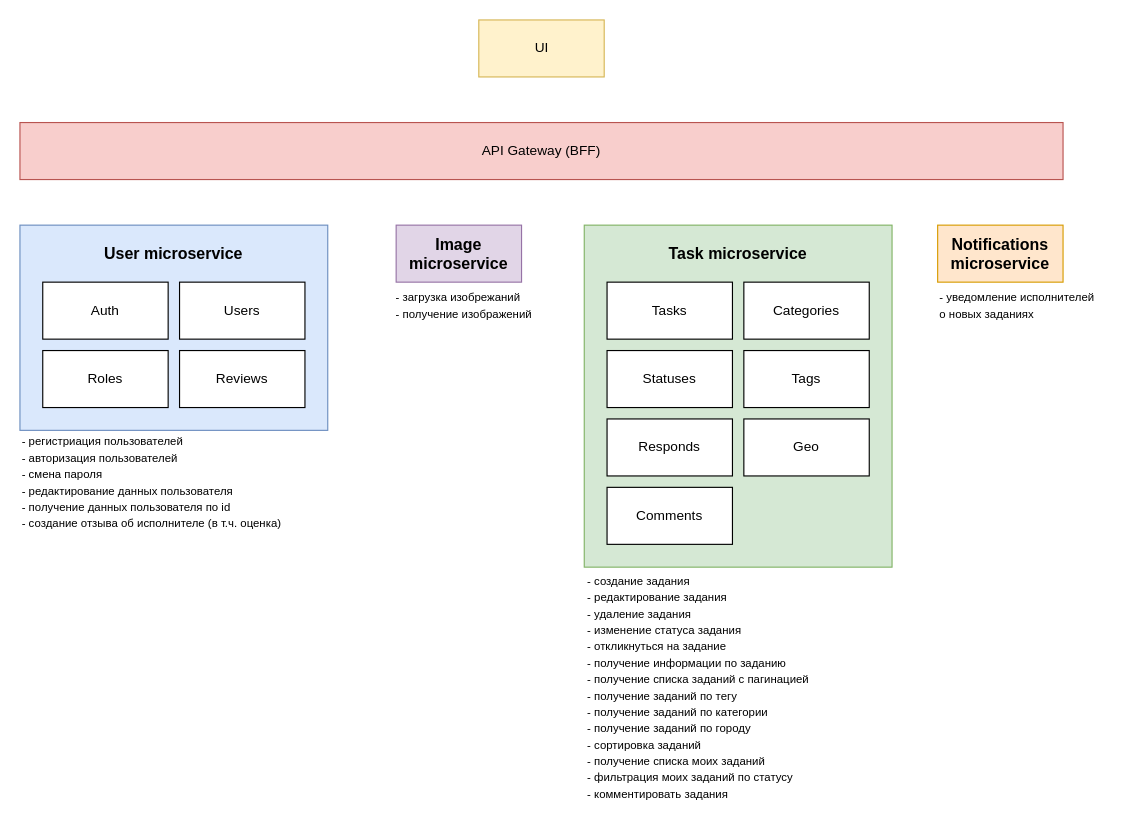
Above: specification.drawio in maximryabov22011988/372619-taskforce-1 (draw.io), before the change. Source tidied: cells renumbered, new cells numbered last; positions are measured from the earlier drawing's top-left corner, leaving out a move shared by most shapes. Both pictures are drawn from the tidied source at 114%, with x=0, y=0 at pixel (19, 19).
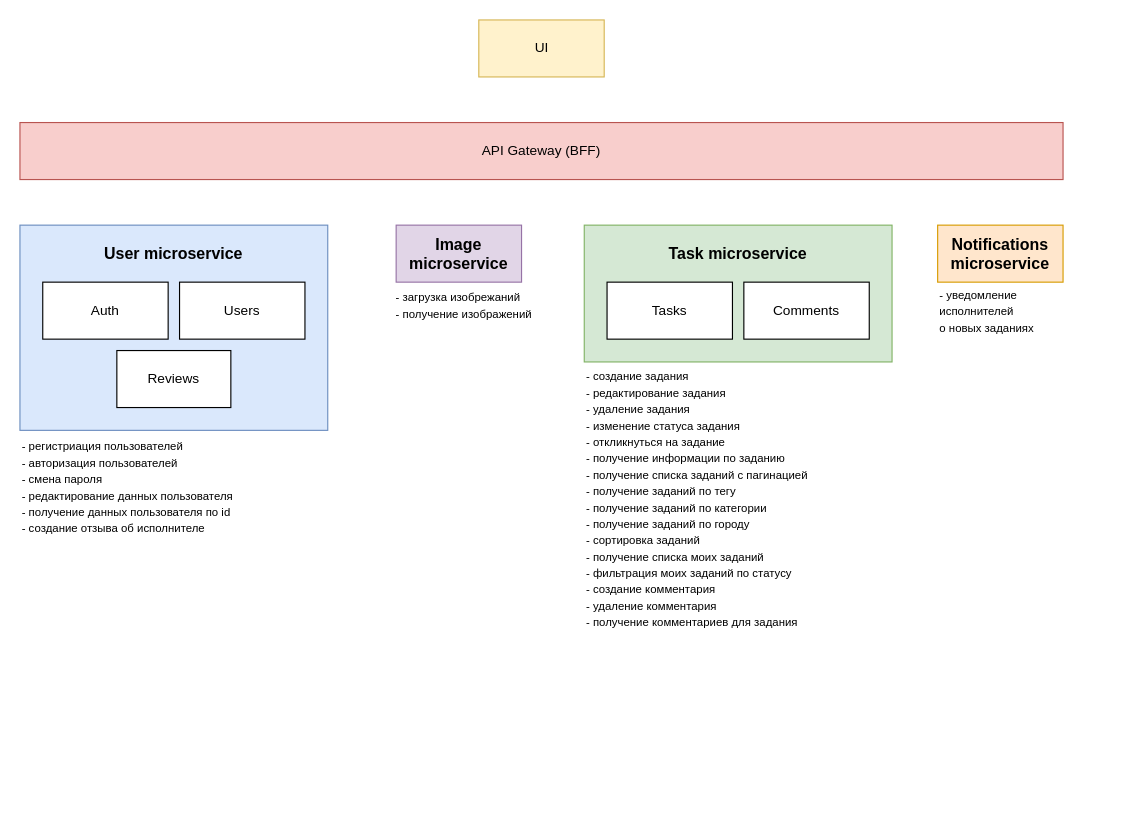
After the change.

Change to the diagram source:
```diff
@@
     <mxCell id="2" style="rounded=0;whiteSpace=wrap;html=1;fillColor=#d5e8d4;strokeColor=#82b366;" parent="1" vertex="1">
-      <mxGeometry x="495" y="180" width="270" height="300" as="geometry" />
+      <mxGeometry x="495" y="180" width="270" height="120" as="geometry" />
     </mxCell>
@@
-    <mxCell id="9" value="Roles" style="html=1;whiteSpace=wrap;" parent="1" vertex="1">
-      <mxGeometry x="20" y="290" width="110" height="50" as="geometry" />
-    </mxCell>
@@
-    <mxCell id="11" value="Responds" style="html=1;whiteSpace=wrap;" parent="1" vertex="1">
-      <mxGeometry x="515" y="350" width="110" height="50" as="geometry" />
-    </mxCell>
     <mxCell id="12" value="Reviews" style="html=1;whiteSpace=wrap;" parent="1" vertex="1">
-      <mxGeometry x="140" y="290" width="110" height="50" as="geometry" />
+      <mxGeometry x="85" y="290" width="100" height="50" as="geometry" />
     </mxCell>
@@
-    <mxCell id="16" value="Statuses" style="html=1;whiteSpace=wrap;" parent="1" vertex="1">
-      <mxGeometry x="515" y="290" width="110" height="50" as="geometry" />
-    </mxCell>
-    <mxCell id="17" value="Categories" style="html=1;whiteSpace=wrap;" parent="1" vertex="1">
-      <mxGeometry x="635" y="230" width="110" height="50" as="geometry" />
-    </mxCell>
-    <mxCell id="18" value="Tags" style="html=1;whiteSpace=wrap;" parent="1" vertex="1">
-      <mxGeometry x="635" y="290" width="110" height="50" as="geometry" />
-    </mxCell>
-    <mxCell id="19" value="Geo" style="html=1;whiteSpace=wrap;" parent="1" vertex="1">
-      <mxGeometry x="635" y="350" width="110" height="50" as="geometry" />
-    </mxCell>
-    <mxCell id="20" value="&lt;font style=&quot;font-size: 10px;&quot;&gt;- регистриация пользователей&lt;br&gt;- авторизация пользователей&lt;br&gt;- смена пароля&lt;br&gt;- редактирование данных пользователя&lt;br&gt;- получение данных пользователя по id&lt;br&gt;- создание отзыва об исполнителе (в т.ч. оценка)&lt;br&gt;&lt;/font&gt;" style="text;html=1;strokeColor=none;fillColor=none;align=left;verticalAlign=middle;whiteSpace=wrap;rounded=0;" parent="1" vertex="1">
-      <mxGeometry y="360" width="265" height="90" as="geometry" />
+    <mxCell id="20" value="&lt;font style=&quot;font-size: 10px;&quot;&gt;- регистриация пользователей&lt;br&gt;- авторизация пользователей&lt;br&gt;- смена пароля&lt;br&gt;- редактирование данных пользователя&lt;br&gt;- получение данных пользователя по id&lt;br&gt;- создание отзыва об исполнителе&lt;br&gt;&lt;/font&gt;" style="text;html=1;strokeColor=none;fillColor=none;align=left;verticalAlign=middle;whiteSpace=wrap;rounded=0;" parent="1" vertex="1">
+      <mxGeometry y="360" width="265" height="100" as="geometry" />
     </mxCell>
@@
-    <mxCell id="22" value="&lt;font style=&quot;font-size: 10px;&quot;&gt;&lt;font style=&quot;&quot;&gt;&lt;font style=&quot;&quot;&gt;- создание задания&lt;br&gt;- редактирование задания&lt;br&gt;- удаление задания&lt;br&gt;- изменение статуса задания&lt;br&gt;&lt;/font&gt;- откликнуться на задание&lt;br&gt;- получение информации по заданию&lt;br&gt;&lt;/font&gt;- получение списка заданий с пагинацией&lt;br&gt;- получение заданий по тегу&lt;br&gt;- получение заданий по категории&lt;br&gt;- получение заданий по городу&lt;br&gt;- сортировка заданий&lt;br&gt;- получение списка моих заданий&lt;br&gt;- фильтрация моих заданий по статусу&lt;br&gt;- комментировать задания&lt;br&gt;&lt;/font&gt;" style="text;html=1;strokeColor=none;fillColor=none;align=left;verticalAlign=middle;whiteSpace=wrap;rounded=0;labelPosition=center;verticalLabelPosition=middle;" parent="1" vertex="1">
-      <mxGeometry x="496.2" y="480" width="268.8" height="210" as="geometry" />
+    <mxCell id="22" value="&lt;font style=&quot;font-size: 10px;&quot;&gt;&lt;font style=&quot;&quot;&gt;&lt;font style=&quot;&quot;&gt;- создание задания&lt;br&gt;- редактирование задания&lt;br&gt;- удаление задания&lt;br&gt;- изменение статуса задания&lt;br&gt;&lt;/font&gt;- откликнуться на задание&lt;br&gt;- получение информации по заданию&lt;br&gt;&lt;/font&gt;- получение списка заданий с пагинацией&lt;br&gt;- получение заданий по тегу&lt;br&gt;- получение заданий по категории&lt;br&gt;- получение заданий по городу&lt;br&gt;- сортировка заданий&lt;br&gt;- получение списка моих заданий&lt;br&gt;- фильтрация моих заданий по статусу&lt;br&gt;- создание комментария&lt;br&gt;- удаление комментария&lt;br&gt;- получение комментариев для задания&lt;br&gt;&lt;/font&gt;" style="text;html=1;strokeColor=none;fillColor=none;align=left;verticalAlign=middle;whiteSpace=wrap;rounded=0;labelPosition=center;verticalLabelPosition=middle;" parent="1" vertex="1">
+      <mxGeometry x="495" y="300" width="268.8" height="240" as="geometry" />
     </mxCell>
     <mxCell id="23" value="Comments" style="html=1;whiteSpace=wrap;" parent="1" vertex="1">
-      <mxGeometry x="515" y="410" width="110" height="50" as="geometry" />
+      <mxGeometry x="635" y="230" width="110" height="50" as="geometry" />
     </mxCell>
     <mxCell id="24" value="&lt;font style=&quot;font-size: 10px;&quot;&gt;- уведомление исполнителей&lt;br&gt;о новых заданиях&lt;/font&gt;" style="text;html=1;strokeColor=none;fillColor=none;align=left;verticalAlign=middle;whiteSpace=wrap;rounded=0;" parent="1" vertex="1">
-      <mxGeometry x="805" y="230" width="147.5" height="40" as="geometry" />
+      <mxGeometry x="805" y="230" width="110" height="50" as="geometry" />
     </mxCell>
```
